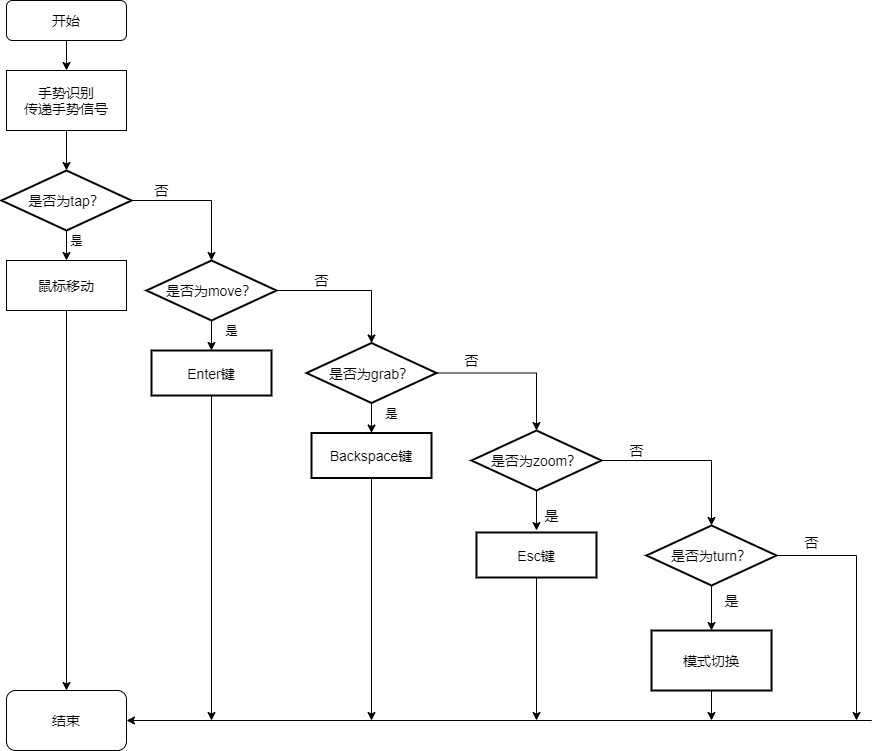
The draw.io diagram first.png in liang-yh/gitskills, before a commit. Source tidied: cells renumbered, new cells last; positions are measured from the earlier drawing's top-left corner, leaving out a move shared by most shapes.
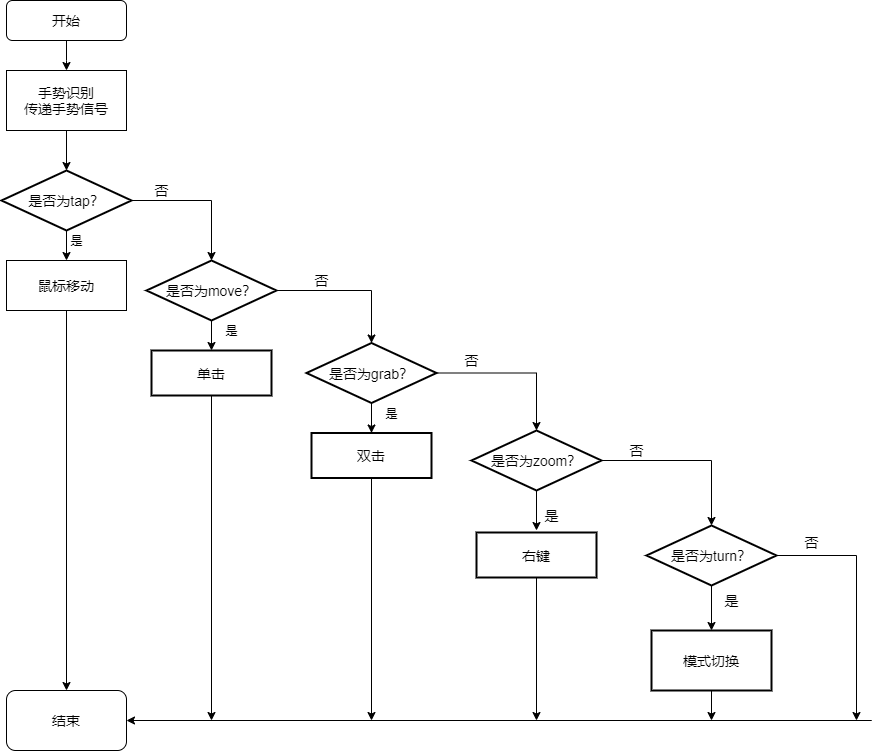
Later version of the same file.

What changed in the source:
```diff
@@ -59,7 +59,7 @@
         <mxPoint x="210" y="720" as="targetPoint" />
       </mxGeometry>
     </mxCell>
-    <mxCell id="16" value="&lt;font style=&quot;font-size: 14px&quot;&gt;Enter键&lt;/font&gt;" style="whiteSpace=wrap;html=1;strokeWidth=2;" parent="1" vertex="1">
+    <mxCell id="16" value="&lt;span style=&quot;font-size: 14px&quot;&gt;单击&lt;/span&gt;" style="whiteSpace=wrap;html=1;strokeWidth=2;" parent="1" vertex="1">
       <mxGeometry x="150" y="350" width="120" height="45" as="geometry" />
     </mxCell>
     <mxCell id="17" style="edgeStyle=orthogonalEdgeStyle;rounded=0;jettySize=auto;html=1;" parent="1" edge="1" source="19" target="25">
@@ -102,7 +102,7 @@
         </Array>
       </mxGeometry>
     </mxCell>
-    <mxCell id="27" value="&lt;font style=&quot;font-size: 14px&quot;&gt;Backspace键&lt;/font&gt;" style="whiteSpace=wrap;html=1;strokeWidth=2;" parent="1" vertex="1">
+    <mxCell id="27" value="&lt;font style=&quot;font-size: 14px&quot;&gt;双击&lt;/font&gt;" style="whiteSpace=wrap;html=1;strokeWidth=2;" parent="1" vertex="1">
       <mxGeometry x="310" y="432.5" width="120" height="45" as="geometry" />
     </mxCell>
     <mxCell id="28" value="&lt;font style=&quot;font-size: 14px&quot;&gt;否&lt;/font&gt;" style="text;html=1;align=center;verticalAlign=middle;strokeColor=none;" parent="1" vertex="1">
@@ -147,7 +147,7 @@
         <mxPoint x="535" y="720" as="targetPoint" />
       </mxGeometry>
     </mxCell>
-    <mxCell id="37" value="&lt;font style=&quot;font-size: 14px&quot;&gt;Esc键&lt;/font&gt;" style="whiteSpace=wrap;html=1;strokeWidth=2;" parent="1" vertex="1">
+    <mxCell id="37" value="&lt;font style=&quot;font-size: 14px&quot;&gt;右键&lt;/font&gt;" style="whiteSpace=wrap;html=1;strokeWidth=2;" parent="1" vertex="1">
       <mxGeometry x="475" y="532" width="120" height="45" as="geometry" />
     </mxCell>
     <mxCell id="38" value="&lt;font style=&quot;font-size: 14px&quot;&gt;是&lt;/font&gt;" style="text;html=1;align=center;verticalAlign=middle;strokeColor=none;" parent="1" vertex="1">
```
